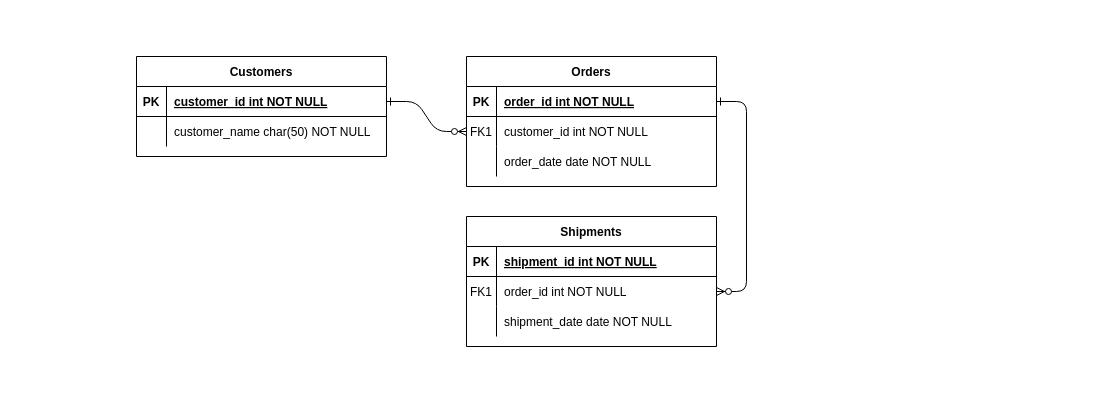
Earlier version of the draw.io diagram Untitled Diagram.drawio (wackykm/wackykm). Source tidied: cells renumbered, new cells numbered last; positions are measured from the earlier drawing's top-left corner, leaving out a move shared by most shapes. Both pictures are drawn from the tidied source at 100%, with x=0, y=0 at pixel (136, 56).
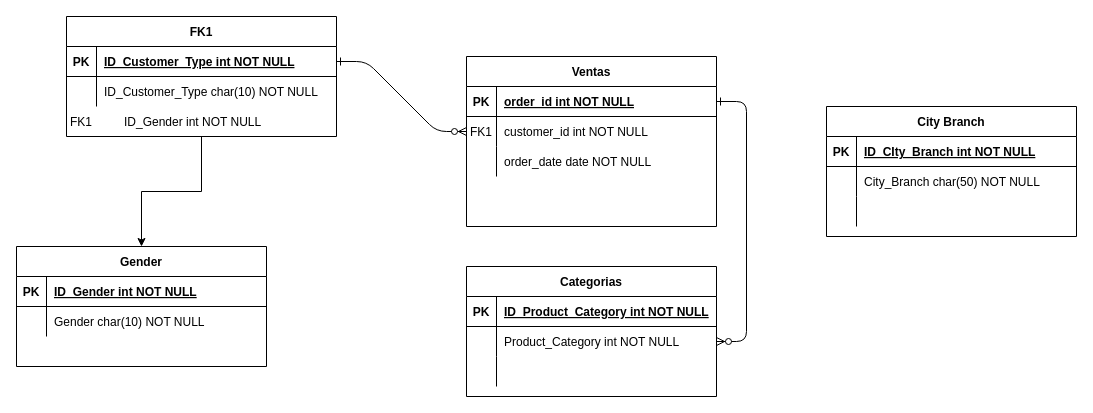
The same page after the edit.

The change refers to these unchanged cells:
```xml
<mxCell id="15" style="shape=partialRectangle;fillColor=none;top=0;left=0;right=0;bottom=1;" parent="14" vertex="1">
  <mxGeometry y="30" width="250" height="30" as="geometry" />
</mxCell>
<mxCell id="18" style="shape=partialRectangle;fillColor=none;points=[[0,0.5],[1,0.5]];portConstraint=eastwest;top=0;left=0;right=0;bottom=0;" parent="14" vertex="1">
  <mxGeometry y="60" width="250" height="30" as="geometry" />
</mxCell>
<mxCell id="21" style="shape=partialRectangle;fillColor=none;top=0;left=0;right=0;bottom=0;" parent="14" vertex="1">
  <mxGeometry y="90" width="250" height="30" as="geometry" />
</mxCell>
```

Diff of the diagram source:
```diff
@@
-    <mxCell id="4" value="Orders" style="shape=table;startSize=30;childLayout=tableLayout;rowLines=0;fontStyle=1;align=center;" parent="1" vertex="1">
-      <mxGeometry x="330" width="250" height="130" as="geometry" />
+    <mxCell id="4" value="Ventas" style="shape=table;startSize=30;childLayout=tableLayout;rowLines=0;fontStyle=1;align=center;" parent="1" vertex="1">
+      <mxGeometry x="330" width="250" height="170" as="geometry" />
     </mxCell>
@@
-    <mxCell id="14" value="Shipments" style="shape=table;startSize=30;childLayout=tableLayout;rowLines=0;fontStyle=1;align=center;" parent="1" vertex="1">
-      <mxGeometry x="330" y="160" width="250" height="130" as="geometry" />
+    <mxCell id="14" value="Categorias" style="shape=table;startSize=30;childLayout=tableLayout;rowLines=0;fontStyle=1;align=center;" parent="1" vertex="1">
+      <mxGeometry x="330" y="210" width="250" height="130" as="geometry" />
     </mxCell>
@@
-    <mxCell id="17" value="shipment_id int NOT NULL " style="shape=partialRectangle;overflow=hidden;fillColor=none;top=0;left=0;bottom=0;right=0;align=left;spacingLeft=6;fontStyle=5;" parent="15" vertex="1">
+    <mxCell id="17" value="ID_Product_Category int NOT NULL " style="shape=partialRectangle;overflow=hidden;fillColor=none;top=0;left=0;bottom=0;right=0;align=left;spacingLeft=6;fontStyle=5;" parent="15" vertex="1">
       <mxGeometry x="30" width="220" height="30" as="geometry" />
     </mxCell>
@@
-    <mxCell id="19" value="FK1" style="shape=partialRectangle;overflow=hidden;fillColor=none;top=0;left=0;bottom=0;right=0;" parent="18" vertex="1">
+    <mxCell id="19" style="shape=partialRectangle;overflow=hidden;fillColor=none;top=0;left=0;bottom=0;right=0;" parent="18" vertex="1">
       <mxGeometry width="30" height="30" as="geometry" />
     </mxCell>
-    <mxCell id="20" value="order_id int NOT NULL" style="shape=partialRectangle;overflow=hidden;fillColor=none;top=0;left=0;bottom=0;right=0;align=left;spacingLeft=6;" parent="18" vertex="1">
+    <mxCell id="20" value="Product_Category int NOT NULL" style="shape=partialRectangle;overflow=hidden;fillColor=none;top=0;left=0;bottom=0;right=0;align=left;spacingLeft=6;" parent="18" vertex="1">
       <mxGeometry x="30" width="220" height="30" as="geometry" />
     </mxCell>
@@
-    <mxCell id="23" value="shipment_date date NOT NULL" style="shape=partialRectangle;overflow=hidden;fillColor=none;top=0;left=0;bottom=0;right=0;align=left;spacingLeft=6;" parent="21" vertex="1">
+    <mxCell id="23" style="shape=partialRectangle;overflow=hidden;fillColor=none;top=0;left=0;bottom=0;right=0;align=left;spacingLeft=6;" parent="21" vertex="1">
       <mxGeometry x="30" width="220" height="30" as="geometry" />
     </mxCell>
+    <mxCell id="31" style="edgeStyle=orthogonalEdgeStyle;rounded=0;jettySize=auto;html=1;entryX=0.5;entryY=0;entryDx=0;entryDy=0;" parent="1" edge="1" source="24" target="32">
+      <mxGeometry relative="1" as="geometry" />
+    </mxCell>
-    <mxCell id="24" value="Customers" style="shape=table;startSize=30;childLayout=tableLayout;rowLines=0;fontStyle=1;align=center;" parent="1" vertex="1">
-      <mxGeometry width="250" height="100" as="geometry" />
+    <mxCell id="24" value="FK1" style="shape=table;startSize=30;childLayout=tableLayout;rowLines=0;fontStyle=1;align=center;" parent="1" vertex="1">
+      <mxGeometry x="-70" y="-40" width="270" height="120" as="geometry" />
     </mxCell>
     <mxCell id="25" style="shape=partialRectangle;fillColor=none;points=[[0,0.5],[1,0.5]];portConstraint=eastwest;top=0;left=0;right=0;bottom=1;" parent="24" vertex="1">
-      <mxGeometry y="30" width="250" height="30" as="geometry" />
+      <mxGeometry y="30" width="270" height="30" as="geometry" />
     </mxCell>
@@
-    <mxCell id="27" value="customer_id int NOT NULL " style="shape=partialRectangle;overflow=hidden;fillColor=none;top=0;left=0;bottom=0;right=0;align=left;spacingLeft=6;fontStyle=5;" parent="25" vertex="1">
-      <mxGeometry x="30" width="220" height="30" as="geometry" />
+    <mxCell id="27" value="ID_Customer_Type int NOT NULL " style="shape=partialRectangle;overflow=hidden;fillColor=none;top=0;left=0;bottom=0;right=0;align=left;spacingLeft=6;fontStyle=5;" parent="25" vertex="1">
+      <mxGeometry x="30" width="240" height="30" as="geometry" />
     </mxCell>
     <mxCell id="28" style="shape=partialRectangle;fillColor=none;top=0;left=0;right=0;bottom=0;" parent="24" vertex="1">
-      <mxGeometry y="60" width="250" height="30" as="geometry" />
+      <mxGeometry y="60" width="270" height="30" as="geometry" />
     </mxCell>
@@
-    <mxCell id="30" value="customer_name char(50) NOT NULL" style="shape=partialRectangle;overflow=hidden;fillColor=none;top=0;left=0;bottom=0;right=0;align=left;spacingLeft=6;" parent="28" vertex="1">
-      <mxGeometry x="30" width="220" height="30" as="geometry" />
+    <mxCell id="30" value="ID_Customer_Type char(10) NOT NULL" style="shape=partialRectangle;overflow=hidden;fillColor=none;top=0;left=0;bottom=0;right=0;align=left;spacingLeft=6;" parent="28" vertex="1">
+      <mxGeometry x="30" width="240" height="30" as="geometry" />
     </mxCell>
+    <mxCell id="32" value="Gender" style="shape=table;startSize=30;childLayout=tableLayout;rowLines=0;fontStyle=1;align=center;" parent="1" vertex="1">
+      <mxGeometry x="-120" y="190" width="250" height="120" as="geometry" />
+    </mxCell>
+    <mxCell id="33" style="shape=partialRectangle;fillColor=none;top=0;left=0;right=0;bottom=1;" parent="32" vertex="1">
+      <mxGeometry y="30" width="250" height="30" as="geometry" />
+    </mxCell>
+    <mxCell id="34" value="PK" style="shape=partialRectangle;overflow=hidden;fillColor=none;top=0;left=0;bottom=0;right=0;fontStyle=1;" parent="33" vertex="1">
+      <mxGeometry width="30" height="30" as="geometry" />
+    </mxCell>
+    <mxCell id="35" value="ID_Gender int NOT NULL " style="shape=partialRectangle;overflow=hidden;fillColor=none;top=0;left=0;bottom=0;right=0;align=left;spacingLeft=6;fontStyle=5;" parent="33" vertex="1">
+      <mxGeometry x="30" width="220" height="30" as="geometry" />
+    </mxCell>
+    <mxCell id="36" style="shape=partialRectangle;fillColor=none;top=0;left=0;right=0;bottom=0;" parent="32" vertex="1">
+      <mxGeometry y="60" width="250" height="30" as="geometry" />
+    </mxCell>
+    <mxCell id="37" style="shape=partialRectangle;overflow=hidden;fillColor=none;top=0;left=0;bottom=0;right=0;" parent="36" vertex="1">
+      <mxGeometry width="30" height="30" as="geometry" />
+    </mxCell>
+    <mxCell id="38" value="Gender char(10) NOT NULL" style="shape=partialRectangle;overflow=hidden;fillColor=none;top=0;left=0;bottom=0;right=0;align=left;spacingLeft=6;" parent="36" vertex="1">
+      <mxGeometry x="30" width="220" height="30" as="geometry" />
+    </mxCell>
+    <mxCell id="39" value="ID_Gender int NOT NULL " style="shape=partialRectangle;overflow=hidden;fillColor=none;top=0;left=0;bottom=0;right=0;align=left;spacingLeft=6;fontStyle=0;" parent="1" vertex="1">
+      <mxGeometry x="-20" y="50" width="220" height="30" as="geometry" />
+    </mxCell>
+    <mxCell id="40" value="FK1" style="shape=partialRectangle;overflow=hidden;fillColor=none;top=0;left=0;bottom=0;right=0;" parent="1" vertex="1">
+      <mxGeometry x="-70" y="50" width="30" height="30" as="geometry" />
+    </mxCell>
+    <mxCell id="41" value="City Branch" style="shape=table;startSize=30;childLayout=tableLayout;rowLines=0;fontStyle=1;align=center;" parent="1" vertex="1">
+      <mxGeometry x="690" y="50" width="250" height="130" as="geometry" />
+    </mxCell>
+    <mxCell id="42" style="shape=partialRectangle;fillColor=none;top=0;left=0;right=0;bottom=1;" parent="41" vertex="1">
+      <mxGeometry y="30" width="250" height="30" as="geometry" />
+    </mxCell>
+    <mxCell id="43" value="PK" style="shape=partialRectangle;overflow=hidden;fillColor=none;top=0;left=0;bottom=0;right=0;fontStyle=1;" parent="42" vertex="1">
+      <mxGeometry width="30" height="30" as="geometry" />
+    </mxCell>
+    <mxCell id="44" value="ID_CIty_Branch int NOT NULL " style="shape=partialRectangle;overflow=hidden;fillColor=none;top=0;left=0;bottom=0;right=0;align=left;spacingLeft=6;fontStyle=5;" parent="42" vertex="1">
+      <mxGeometry x="30" width="220" height="30" as="geometry" />
+    </mxCell>
+    <mxCell id="45" style="shape=partialRectangle;fillColor=none;top=0;left=0;right=0;bottom=0;" parent="41" vertex="1">
+      <mxGeometry y="60" width="250" height="30" as="geometry" />
+    </mxCell>
+    <mxCell id="46" style="shape=partialRectangle;overflow=hidden;fillColor=none;top=0;left=0;bottom=0;right=0;" parent="45" vertex="1">
+      <mxGeometry width="30" height="30" as="geometry" />
+    </mxCell>
+    <mxCell id="47" value="City_Branch char(50) NOT NULL" style="shape=partialRectangle;overflow=hidden;fillColor=none;top=0;left=0;bottom=0;right=0;align=left;spacingLeft=6;" parent="45" vertex="1">
+      <mxGeometry x="30" width="220" height="30" as="geometry" />
+    </mxCell>
+    <mxCell id="48" style="shape=partialRectangle;fillColor=none;top=0;left=0;right=0;bottom=0;" parent="41" vertex="1">
+      <mxGeometry y="90" width="250" height="30" as="geometry" />
+    </mxCell>
+    <mxCell id="49" style="shape=partialRectangle;overflow=hidden;fillColor=none;top=0;left=0;bottom=0;right=0;" parent="48" vertex="1">
+      <mxGeometry width="30" height="30" as="geometry" />
+    </mxCell>
+    <mxCell id="50" style="shape=partialRectangle;overflow=hidden;fillColor=none;top=0;left=0;bottom=0;right=0;align=left;spacingLeft=6;" parent="48" vertex="1">
+      <mxGeometry x="30" width="220" height="30" as="geometry" />
+    </mxCell>
```
